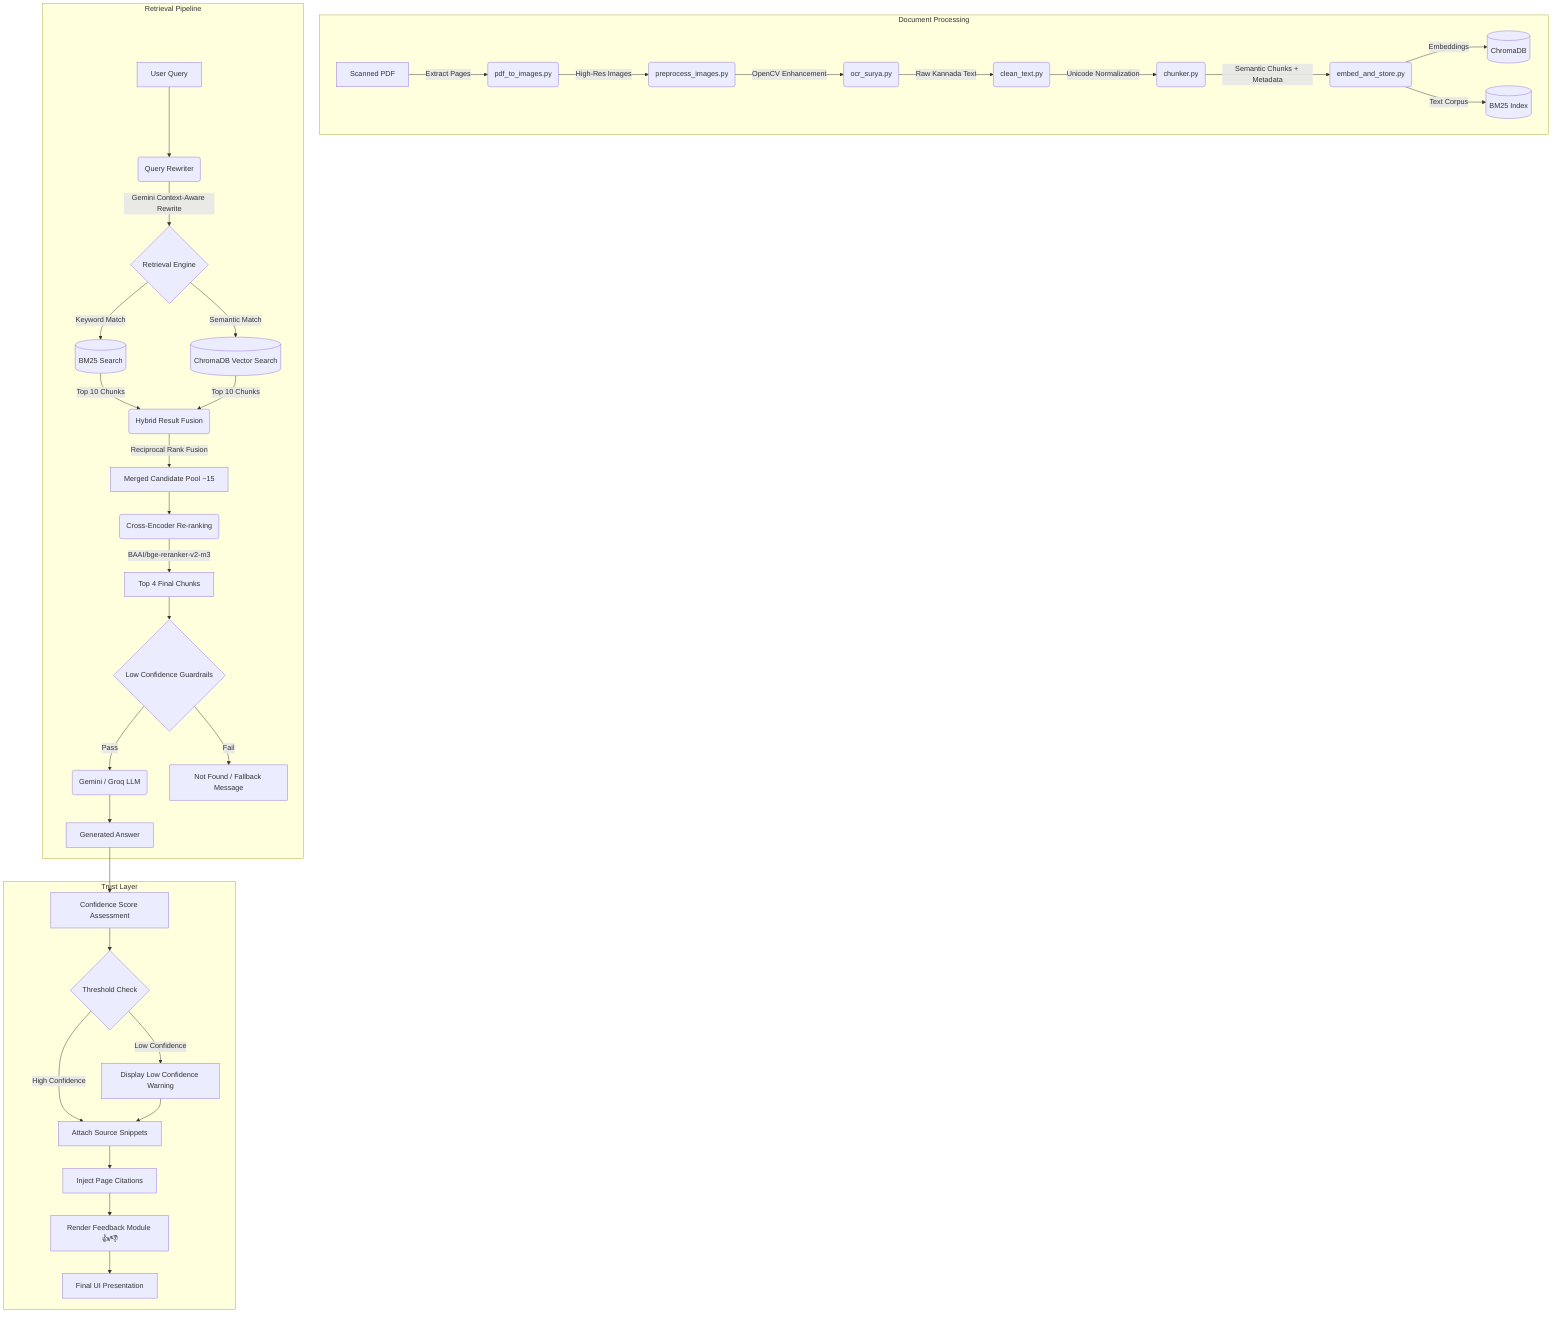
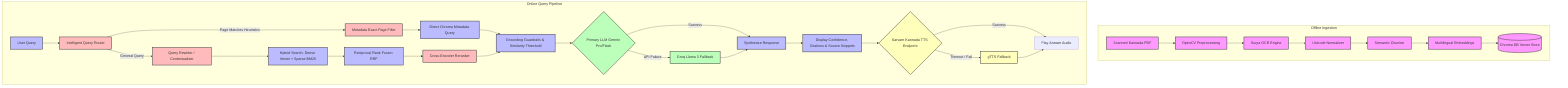
graph TD
-     %% Document Processing Pipeline
-     subgraph Document Processing
-     A[Scanned PDF] -->|Extract Pages| B(pdf_to_images.py)
-     B -->|High-Res Images| C(preprocess_images.py)
-     C -->|OpenCV Enhancement| D(ocr_surya.py)
-     D -->|Raw Kannada Text| E(clean_text.py)
-     E -->|Unicode Normalization| F(chunker.py)
-     F -->|Semantic Chunks + Metadata| G(embed_and_store.py)
+     %% Define Styles
+     classDef offline fill:#f9f,stroke:#333,stroke-width:2px;
+     classDef online fill:#bbf,stroke:#333,stroke-width:2px;
+     classDef routing fill:#fbb,stroke:#333,stroke-width:2px;
+     classDef llm fill:#bfb,stroke:#333,stroke-width:2px;
+     classDef tts fill:#ffb,stroke:#333,stroke-width:2px;

-     G -->|Embeddings| H[(ChromaDB)]
-     G -->|Text Corpus| I[(BM25 Index)]
+     %% Ingestion Pipeline (Offline)
+     subgraph Offline Ingestion
+         A[Scanned Kannada PDF] --> B[OpenCV Preprocessing]
+         B --> C[Surya OCR Engine]
+         C --> D[Unicode Normalizer]
+         D --> E[Semantic Chunker]
+         E --> F[Multilingual Embeddings]
+         F --> G[(Chroma DB Vector Store)]
    end

-     %% Retrieval Pipeline
-     subgraph Retrieval Pipeline
-     Q[User Query] --> R(Query Rewriter)
-     R -->|Gemini Context-Aware Rewrite| S{Retrieval Engine}
+     %% Query Pipeline (Online)
+     subgraph Online Query Pipeline
+         H[User Query] --> I[Intelligent Query Router]:::routing

-     S -->|Keyword Match| T1[(BM25 Search)]
-     S -->|Semantic Match| T2[(ChromaDB Vector Search)]
+         %% Path A: Exact Page Filter
+         I -->|Page Matches Heuristics| J[Metadata Exact Page Filter]:::routing
+         J --> K[Direct Chroma Metadata Query]

-     T1 -->|Top 10 Chunks| U(Hybrid Result Fusion)
-     T2 -->|Top 10 Chunks| U
+         %% Path B: Semantic Search
+         I -->|General Query| L[Query Rewriter / Contextualizer]:::routing
+         L --> M[Hybrid Search: Dense Vector + Sparse BM25]
+         M --> N[Reciprocal Rank Fusion RRF]
+         N --> O[Cross-Encoder Reranker]:::routing

-     U -->|Reciprocal Rank Fusion| V[Merged Candidate Pool ~15]
-     V --> W(Cross-Encoder Re-ranking)
-     W -->|BAAI/bge-reranker-v2-m3| X[Top 4 Final Chunks]
+         %% Merger & Guardrails
+         K --> P[Grounding Guardrails & Similarity Threshold]
+         O --> P

-     X --> Y{Low Confidence Guardrails}
-     Y -- Pass --> Z1(Gemini / Groq LLM)
-     Y -- Fail --> Z2[Not Found / Fallback Message]
+         %% LLM Layer
+         P --> Q{Primary LLM Gemini Pro/Flash}:::llm
+         Q -->|Success| R[Synthesize Response]
+         Q -->|API Failure| S[Groq Llama 3 Fallback]:::llm
+         S --> R

-     Z1 --> Final[Generated Answer]
+         %% Output & TTS
+         R --> T[Display Confidence, Citations & Source Snippets]
+         T --> U{Sarvam Kannada TTS Endpoint}:::tts
+         U -->|Success| V[Play Answer Audio]
+         U -->|Timeout / Fail| W[gTTS Fallback]:::tts
+         W --> V
    end

-     %% Trust Layer
-     subgraph Trust Layer
-     Final --> B1[Confidence Score Assessment]
-     B1 --> C1{Threshold Check}
-     C1 -- High Confidence --> D1[Attach Source Snippets]
-     C1 -- Low Confidence --> E1[Display Low Confidence Warning]
-     E1 --> D1
- 
-     D1 --> F1[Inject Page Citations]
-     F1 --> G1[Render Feedback Module 👍/👎]
-     G1 --> H1[Final UI Presentation]
-     end
+     %% Style assignments
+     class A,B,C,D,E,F,G offline;
+     class H,K,M,N,P,R,T online;
